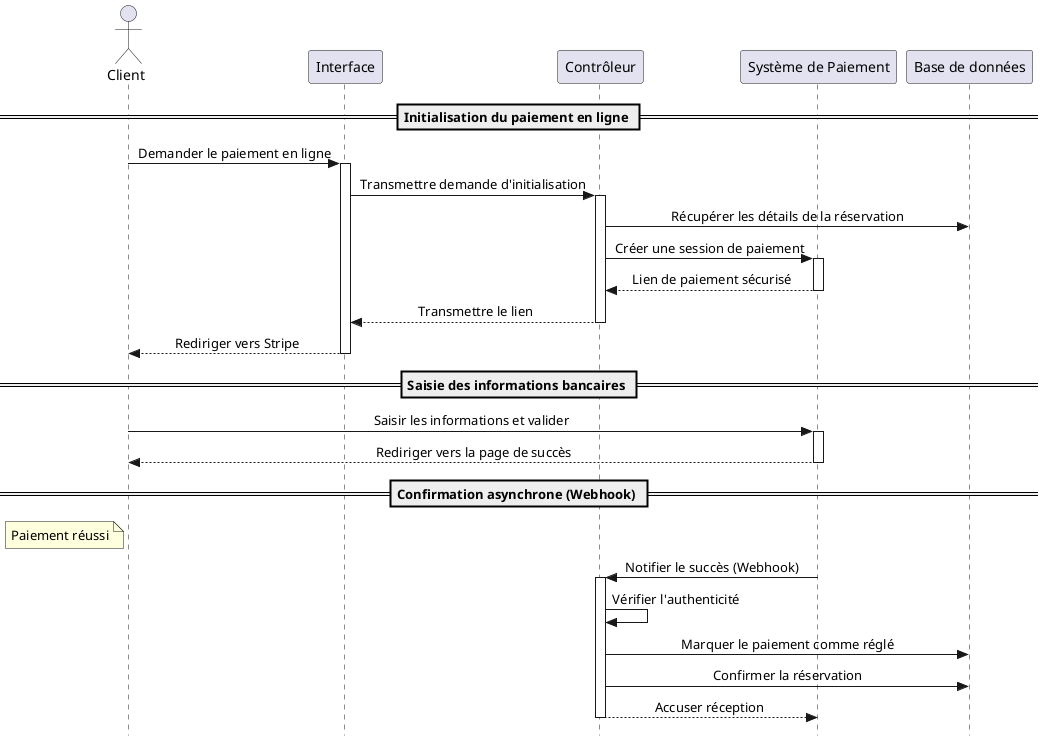
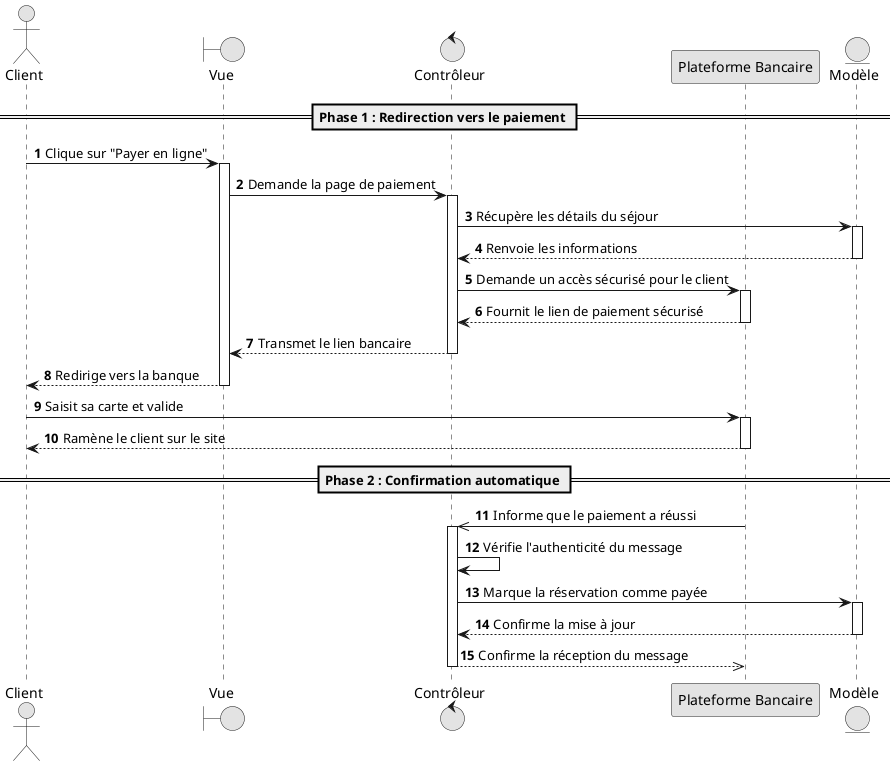
@startuml
- skinparam style strictuml
- skinparam sequenceMessageAlign center
+ skinparam monochrome true
skinparam shadowing false
+ autonumber

actor "Client" as client
- participant "Interface" as vue
- participant "Contrôleur" as api
- participant "Système de Paiement" as stripe
- participant "Base de données" as db
+ boundary "Vue" as vue
+ control "Contrôleur" as ctrl
+ participant "Plateforme Bancaire" as stripe
+ entity "Modèle" as model

- == Initialisation du paiement en ligne ==
+ == Phase 1 : Redirection vers le paiement ==
+ client -> vue : Clique sur "Payer en ligne"
+ activate vue
+ vue -> ctrl : Demande la page de paiement
+ activate ctrl

- client -> vue : Demander le paiement en ligne
- activate vue
- vue -> api : Transmettre demande d'initialisation
- activate api
- api -> db : Récupérer les détails de la réservation
- api -> stripe : Créer une session de paiement
+ ctrl -> model : Récupère les détails du séjour
+ activate model
+ model --> ctrl : Renvoie les informations
+ deactivate model
+ 
+ ctrl -> stripe : Demande un accès sécurisé pour le client
activate stripe
- stripe --> api : Lien de paiement sécurisé
+ stripe --> ctrl : Fournit le lien de paiement sécurisé
deactivate stripe
- api --> vue : Transmettre le lien
- deactivate api
- vue --> client : Rediriger vers Stripe
+ ctrl --> vue : Transmet le lien bancaire
+ deactivate ctrl
+ vue --> client : Redirige vers la banque
deactivate vue

- == Saisie des informations bancaires ==
- 
- client -> stripe : Saisir les informations et valider
+ client -> stripe : Saisit sa carte et valide
activate stripe
- stripe --> client : Rediriger vers la page de succès
+ stripe --> client : Ramène le client sur le site
deactivate stripe

- == Confirmation asynchrone (Webhook) ==
- 
- note left of client
-   Paiement réussi
- end note
- 
- stripe -> api : Notifier le succès (Webhook)
- activate api
- api -> api : Vérifier l'authenticité
- api -> db : Marquer le paiement comme réglé
- api -> db : Confirmer la réservation
- api --> stripe : Accuser réception
- deactivate api
- 
- @enduml
+ == Phase 2 : Confirmation automatique ==
+ stripe ->> ctrl : Informe que le paiement a réussi
+ activate ctrl
+ ctrl -> ctrl : Vérifie l'authenticité du message
+ ctrl -> model : Marque la réservation comme payée
+ activate model
+ model --> ctrl : Confirme la mise à jour
+ deactivate model
+ ctrl -->> stripe : Confirme la réception du message
+ deactivate ctrl
+ @enduml